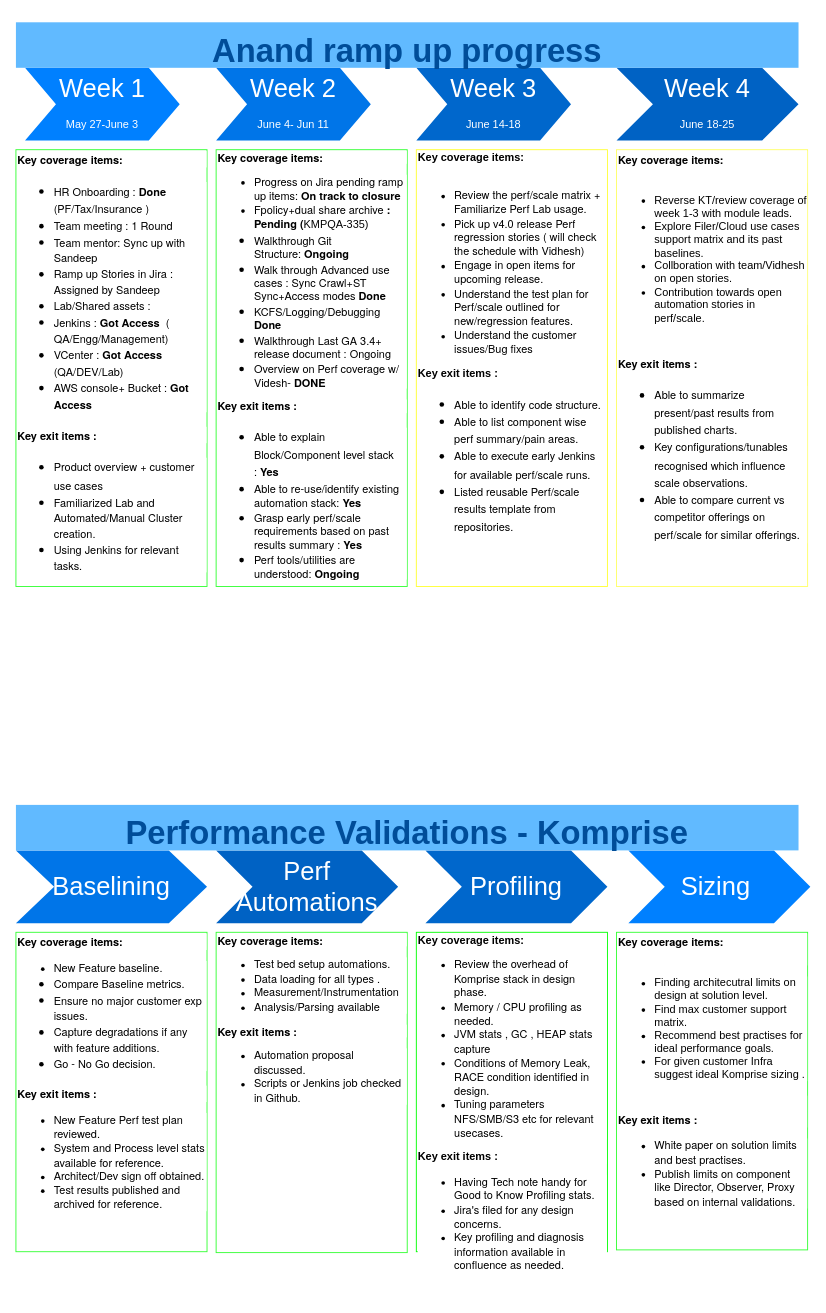
Above: Kom-weekly.drawio in anandreddy86/StoragePerfDocs (draw.io), before the change. Source tidied: cells renumbered, new cells numbered last; positions are measured from the earlier drawing's top-left corner, leaving out a move shared by most shapes. Both pictures are drawn from the tidied source at 91%, with x=0, y=0 at pixel (15, 22).
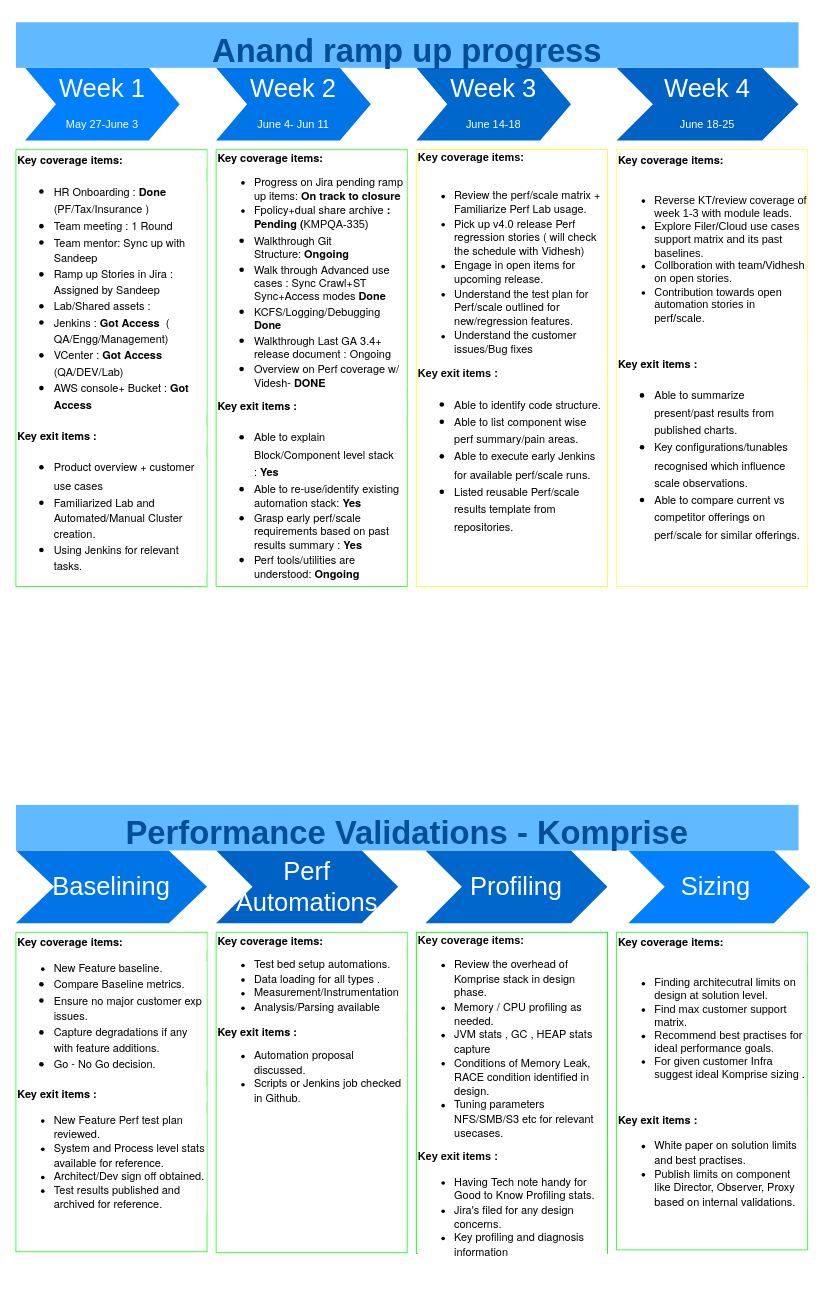
The same page after the edit.

Change to the diagram source:
```diff
@@
-    <mxCell id="18" value="&lt;p class=&quot;p1&quot; style=&quot;background-color: rgb(255 , 255 , 255) ; margin: 0px&quot;&gt;&lt;b&gt;Key coverage items:&lt;/b&gt;&lt;/p&gt;&lt;ul style=&quot;font-family: &amp;#34;helvetica&amp;#34; ; background-color: rgb(255 , 255 , 255)&quot;&gt;&lt;li&gt;&lt;font face=&quot;helvetica neue&quot;&gt;Review the overhead of Komprise stack in design phase.&lt;/font&gt;&lt;/li&gt;&lt;li&gt;&lt;font face=&quot;helvetica neue&quot;&gt;Memory / CPU profiling as needed.&lt;/font&gt;&lt;/li&gt;&lt;li&gt;&lt;font face=&quot;helvetica neue&quot;&gt;JVM stats , GC , HEAP stats capture&lt;/font&gt;&lt;/li&gt;&lt;li&gt;&lt;font face=&quot;helvetica neue&quot;&gt;Conditions of Memory Leak, RACE condition identified in design.&lt;/font&gt;&lt;/li&gt;&lt;li&gt;&lt;font face=&quot;helvetica neue&quot;&gt;Tuning parameters NFS/SMB/S3 etc for relevant usecases.&lt;/font&gt;&lt;/li&gt;&lt;/ul&gt;&lt;p class=&quot;p1&quot; style=&quot;background-color: rgb(255 , 255 , 255) ; margin: 0px&quot;&gt;&lt;b&gt;Key exit items :&lt;/b&gt;&lt;/p&gt;&lt;p class=&quot;p1&quot; style=&quot;background-color: rgb(255 , 255 , 255) ; margin: 0px&quot;&gt;&lt;/p&gt;&lt;ul style=&quot;background-color: rgb(255 , 255 , 255)&quot;&gt;&lt;li&gt;&lt;font face=&quot;helvetica neue&quot;&gt;Having Tech note handy for Good to Know Profiling stats.&lt;/font&gt;&lt;/li&gt;&lt;li&gt;&lt;font face=&quot;helvetica neue&quot;&gt;Jira's filed for any design concerns.&lt;/font&gt;&lt;/li&gt;&lt;li&gt;&lt;font face=&quot;helvetica neue&quot;&gt;Key profiling and diagnosis information available in confluence as needed.&lt;/font&gt;&lt;/li&gt;&lt;/ul&gt;&lt;div style=&quot;margin: 0px ; padding: 0px ; border: 0px ; font: inherit ; vertical-align: baseline ; color: inherit&quot;&gt;&lt;br style=&quot;color: rgb(0 , 0 , 0) ; font-family: &amp;#34;helvetica neue&amp;#34; ; font-size: 12px ; font-style: normal ; font-weight: 400 ; letter-spacing: normal ; text-align: left ; text-indent: 0px ; text-transform: none ; word-spacing: 0px ; background-color: rgb(255 , 255 , 255)&quot;&gt;&lt;/div&gt;" style="text;spacingTop=-5;fillColor=#33FF33;whiteSpace=wrap;html=1;align=left;fontSize=12;fontFamily=Helvetica;fillColor=none;strokeColor=#00FF00;" parent="1" vertex="1">
-      <mxGeometry x="440" y="1000" width="210" height="351" as="geometry" />
+    <mxCell id="18" value="&lt;p class=&quot;p1&quot; style=&quot;background-color: rgb(255 , 255 , 255) ; margin: 0px&quot;&gt;&lt;b&gt;Key coverage items:&lt;/b&gt;&lt;/p&gt;&lt;ul style=&quot;font-family: &amp;quot;helvetica&amp;quot; ; background-color: rgb(255 , 255 , 255)&quot;&gt;&lt;li&gt;&lt;font face=&quot;helvetica neue&quot;&gt;Review the overhead of Komprise stack in design phase.&lt;/font&gt;&lt;/li&gt;&lt;li&gt;&lt;font face=&quot;helvetica neue&quot;&gt;Memory / CPU profiling as needed.&lt;/font&gt;&lt;/li&gt;&lt;li&gt;&lt;font face=&quot;helvetica neue&quot;&gt;JVM stats , GC , HEAP stats capture&lt;/font&gt;&lt;/li&gt;&lt;li&gt;&lt;font face=&quot;helvetica neue&quot;&gt;Conditions of Memory Leak, RACE condition identified in design.&lt;/font&gt;&lt;/li&gt;&lt;li&gt;&lt;font face=&quot;helvetica neue&quot;&gt;Tuning parameters NFS/SMB/S3 etc for relevant usecases.&lt;/font&gt;&lt;/li&gt;&lt;/ul&gt;&lt;p class=&quot;p1&quot; style=&quot;background-color: rgb(255 , 255 , 255) ; margin: 0px&quot;&gt;&lt;b&gt;Key exit items :&lt;/b&gt;&lt;/p&gt;&lt;p class=&quot;p1&quot; style=&quot;background-color: rgb(255 , 255 , 255) ; margin: 0px&quot;&gt;&lt;/p&gt;&lt;ul style=&quot;background-color: rgb(255 , 255 , 255)&quot;&gt;&lt;li&gt;&lt;font face=&quot;helvetica neue&quot;&gt;Having Tech note handy for Good to Know Profiling stats.&lt;/font&gt;&lt;/li&gt;&lt;li&gt;&lt;font face=&quot;helvetica neue&quot;&gt;Jira's filed for any design concerns.&lt;/font&gt;&lt;/li&gt;&lt;li&gt;&lt;font face=&quot;helvetica neue&quot;&gt;Key profiling and diagnosis information&amp;nbsp;&lt;/font&gt;&lt;/li&gt;&lt;/ul&gt;&lt;div style=&quot;margin: 0px ; padding: 0px ; border: 0px ; font: inherit ; vertical-align: baseline ; color: inherit&quot;&gt;&lt;br style=&quot;color: rgb(0 , 0 , 0) ; font-family: &amp;quot;helvetica neue&amp;quot; ; font-size: 12px ; font-style: normal ; font-weight: 400 ; letter-spacing: normal ; text-align: left ; text-indent: 0px ; text-transform: none ; word-spacing: 0px ; background-color: rgb(255 , 255 , 255)&quot;&gt;&lt;/div&gt;" style="text;spacingTop=-5;fillColor=#33FF33;whiteSpace=wrap;html=1;align=left;fontSize=12;fontFamily=Helvetica;fillColor=none;strokeColor=#00FF00;" parent="1" vertex="1">
+      <mxGeometry x="440" y="1000" width="210" height="353" as="geometry" />
     </mxCell>
```
